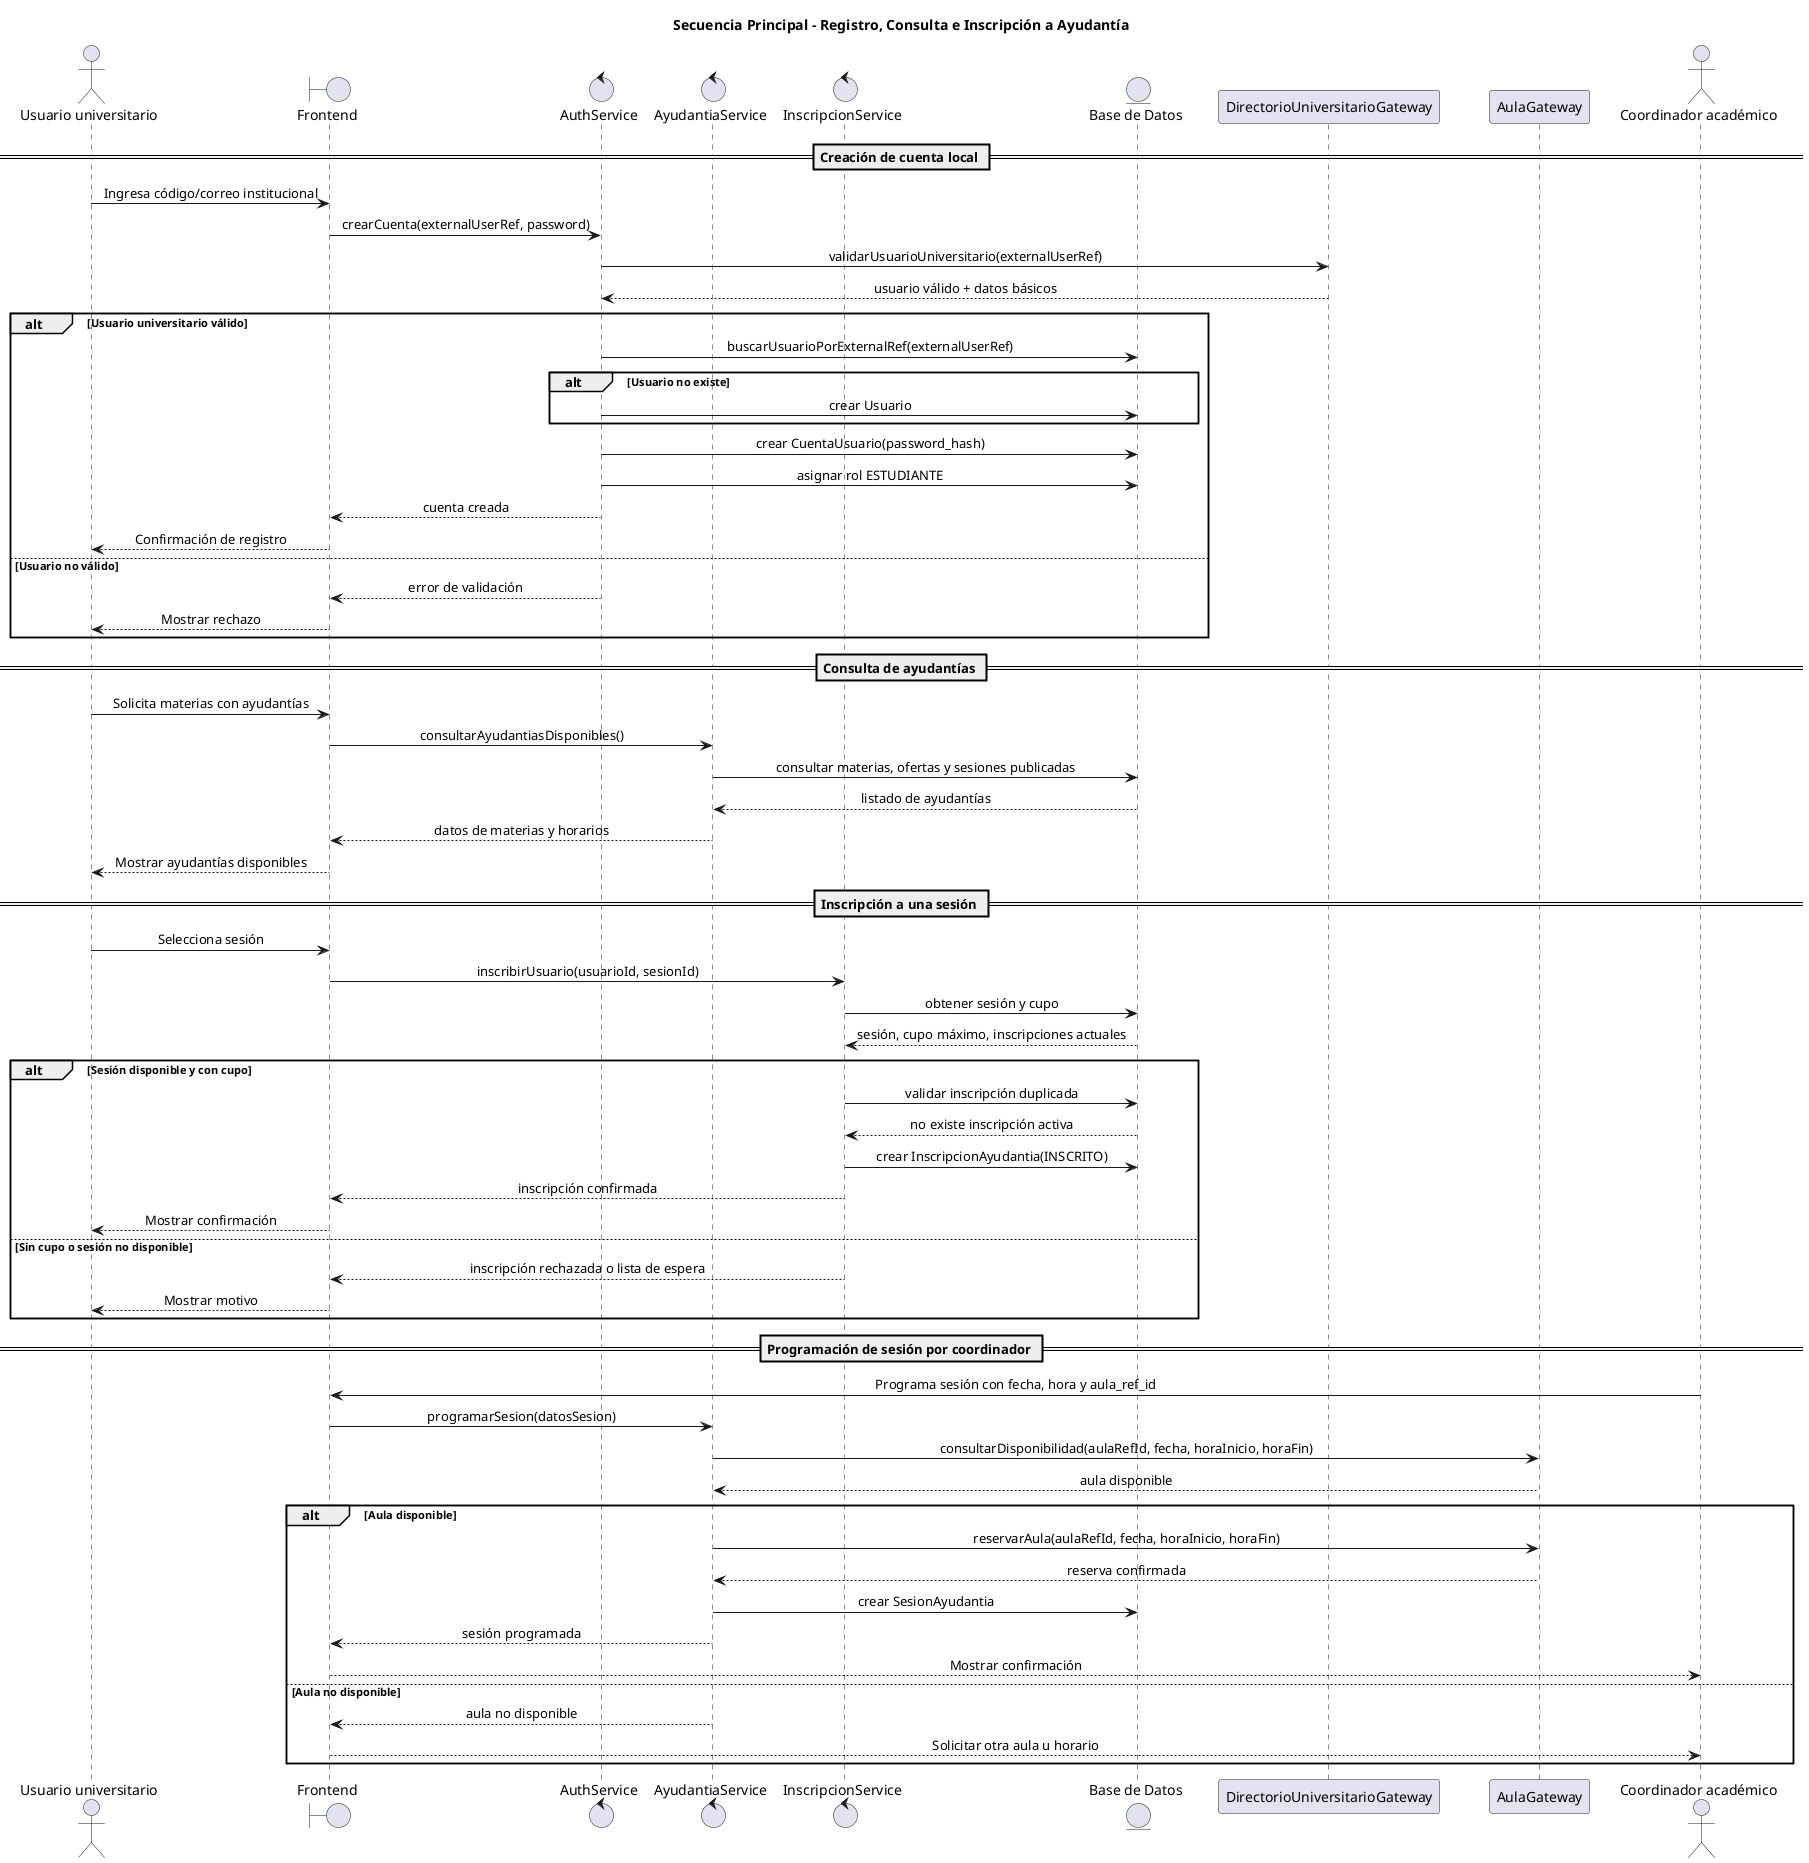
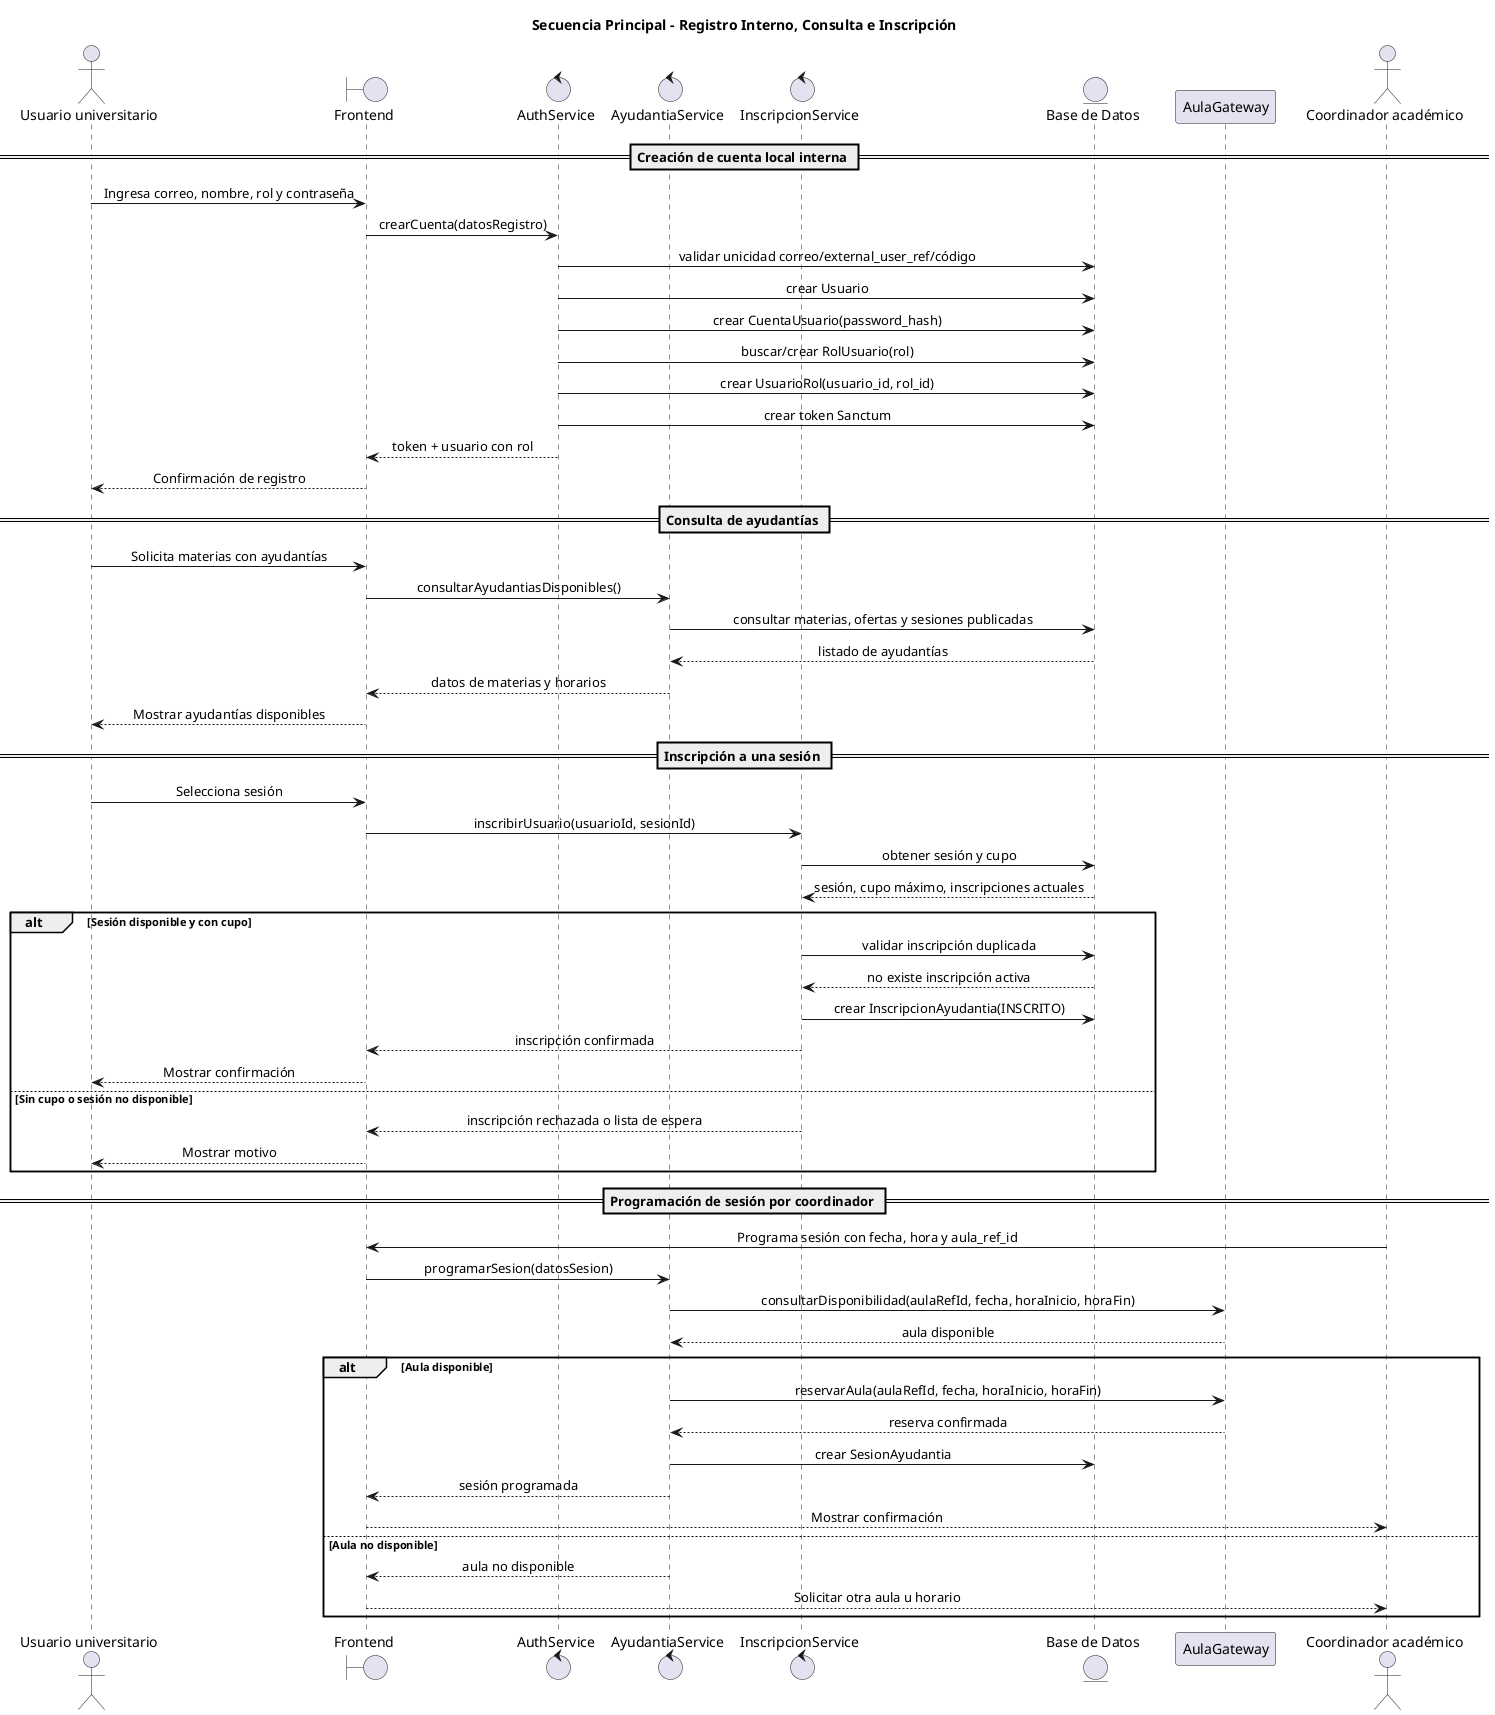
@startuml
- ' ============================================================
- ' DIAGRAMA DE SECUENCIA - Sistema de Ayudantías Universitarias
- ' ============================================================
- 
skinparam shadowing false
skinparam sequenceMessageAlign center
skinparam participantPadding 20

- title Secuencia Principal - Registro, Consulta e Inscripción a Ayudantía
+ title Secuencia Principal - Registro Interno, Consulta e Inscripción

actor "Usuario universitario" as Usuario
boundary "Frontend" as Frontend
control "AuthService" as Auth
control "AyudantiaService" as Ayudantia
control "InscripcionService" as Inscripcion
entity "Base de Datos" as DB
- participant "DirectorioUniversitarioGateway" as Directorio
participant "AulaGateway" as Aula

- == Creación de cuenta local ==
+ == Creación de cuenta local interna ==

- Usuario -> Frontend : Ingresa código/correo institucional
- Frontend -> Auth : crearCuenta(externalUserRef, password)
- Auth -> Directorio : validarUsuarioUniversitario(externalUserRef)
- Directorio --> Auth : usuario válido + datos básicos
+ Usuario -> Frontend : Ingresa correo, nombre, rol y contraseña
+ Frontend -> Auth : crearCuenta(datosRegistro)

- alt Usuario universitario válido
-   Auth -> DB : buscarUsuarioPorExternalRef(externalUserRef)
-   alt Usuario no existe
-     Auth -> DB : crear Usuario
-   end
-   Auth -> DB : crear CuentaUsuario(password_hash)
-   Auth -> DB : asignar rol ESTUDIANTE
-   Auth --> Frontend : cuenta creada
-   Frontend --> Usuario : Confirmación de registro
- else Usuario no válido
-   Auth --> Frontend : error de validación
-   Frontend --> Usuario : Mostrar rechazo
- end
+ Auth -> DB : validar unicidad correo/external_user_ref/código
+ Auth -> DB : crear Usuario
+ Auth -> DB : crear CuentaUsuario(password_hash)
+ Auth -> DB : buscar/crear RolUsuario(rol)
+ Auth -> DB : crear UsuarioRol(usuario_id, rol_id)
+ Auth -> DB : crear token Sanctum
+ Auth --> Frontend : token + usuario con rol
+ Frontend --> Usuario : Confirmación de registro

== Consulta de ayudantías ==

Usuario -> Frontend : Solicita materias con ayudantías
Frontend -> Ayudantia : consultarAyudantiasDisponibles()
Ayudantia -> DB : consultar materias, ofertas y sesiones publicadas
DB --> Ayudantia : listado de ayudantías
Ayudantia --> Frontend : datos de materias y horarios
Frontend --> Usuario : Mostrar ayudantías disponibles

== Inscripción a una sesión ==

Usuario -> Frontend : Selecciona sesión
Frontend -> Inscripcion : inscribirUsuario(usuarioId, sesionId)
Inscripcion -> DB : obtener sesión y cupo
DB --> Inscripcion : sesión, cupo máximo, inscripciones actuales

alt Sesión disponible y con cupo
  Inscripcion -> DB : validar inscripción duplicada
  DB --> Inscripcion : no existe inscripción activa
  Inscripcion -> DB : crear InscripcionAyudantia(INSCRITO)
  Inscripcion --> Frontend : inscripción confirmada
  Frontend --> Usuario : Mostrar confirmación
else Sin cupo o sesión no disponible
  Inscripcion --> Frontend : inscripción rechazada o lista de espera
  Frontend --> Usuario : Mostrar motivo
end

== Programación de sesión por coordinador ==

actor "Coordinador académico" as Coordinador
Coordinador -> Frontend : Programa sesión con fecha, hora y aula_ref_id
Frontend -> Ayudantia : programarSesion(datosSesion)
Ayudantia -> Aula : consultarDisponibilidad(aulaRefId, fecha, horaInicio, horaFin)
Aula --> Ayudantia : aula disponible

alt Aula disponible
  Ayudantia -> Aula : reservarAula(aulaRefId, fecha, horaInicio, horaFin)
  Aula --> Ayudantia : reserva confirmada
  Ayudantia -> DB : crear SesionAyudantia
  Ayudantia --> Frontend : sesión programada
  Frontend --> Coordinador : Mostrar confirmación
else Aula no disponible
  Ayudantia --> Frontend : aula no disponible
  Frontend --> Coordinador : Solicitar otra aula u horario
end

@enduml
